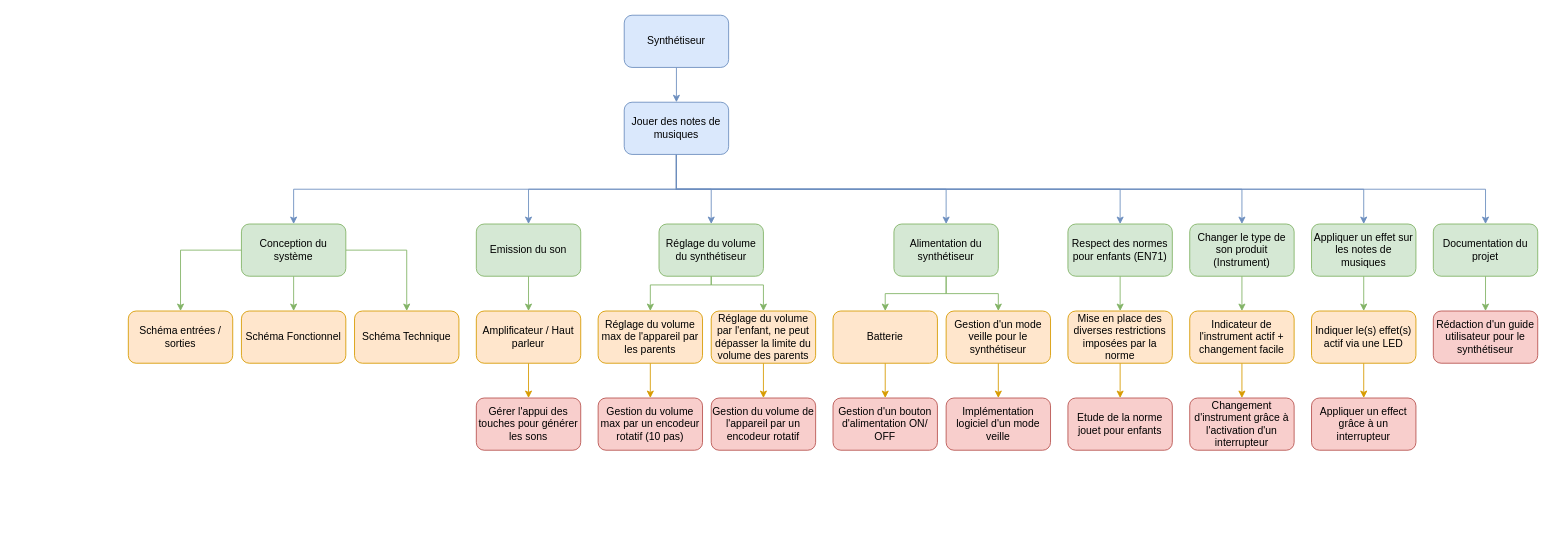
Earlier version of the draw.io diagram Schemas/WBS.drawio (Ithoh/ProjetSynthe). Source tidied: cells renumbered, new cells numbered last; positions are measured from the earlier drawing's top-left corner, leaving out a move shared by most shapes. Both pictures are drawn from the tidied source at 87%, with x=0, y=0 at pixel (128, 15).
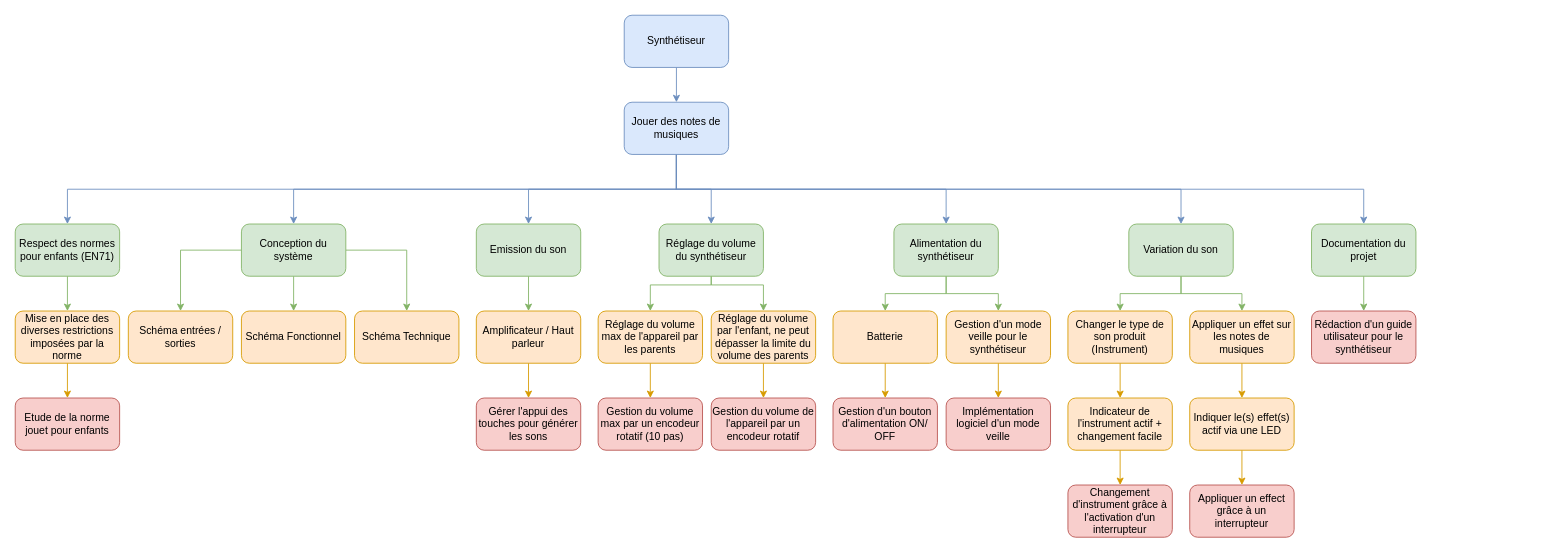
The same diagram, later.

The change refers to these unchanged cells:
```xml
<mxCell id="12" value="Jouer des notes de musiques" style="rounded=1;whiteSpace=wrap;html=1;fillColor=#dae8fc;strokeColor=#6c8ebf;" parent="1" vertex="1">
  <mxGeometry x="570" y="100" width="120" height="60" as="geometry" />
</mxCell>
```

What changed in the source:
```diff
@@
+    <mxCell id="11" style="edgeStyle=orthogonalEdgeStyle;rounded=0;jettySize=auto;html=1;entryX=0.5;entryY=0;entryDx=0;entryDy=0;fillColor=#dae8fc;strokeColor=#6c8ebf;" parent="1" edge="1" source="12" target="56">
+      <mxGeometry relative="1" as="geometry">
+        <Array as="points">
+          <mxPoint x="630" y="200" />
+          <mxPoint x="1420" y="200" />
+        </Array>
+      </mxGeometry>
+    </mxCell>
     <mxCell id="8" style="edgeStyle=orthogonalEdgeStyle;rounded=0;jettySize=auto;html=1;entryX=0.5;entryY=0;entryDx=0;entryDy=0;fillColor=#dae8fc;strokeColor=#6c8ebf;" parent="1" edge="1" source="12" target="41">
       <mxGeometry relative="1" as="geometry">
         <Array as="points">
           <mxPoint x="630" y="200" />
-          <mxPoint x="1140" y="200" />
+          <mxPoint x="-70" y="200" />
         </Array>
       </mxGeometry>
     </mxCell>
-    <mxCell id="9" style="edgeStyle=orthogonalEdgeStyle;rounded=0;jettySize=auto;html=1;entryX=0.5;entryY=0;entryDx=0;entryDy=0;fillColor=#dae8fc;strokeColor=#6c8ebf;" parent="1" edge="1" source="12" target="46">
-      <mxGeometry relative="1" as="geometry">
-        <Array as="points">
-          <mxPoint x="630" y="200" />
-          <mxPoint x="1280" y="200" />
-        </Array>
-      </mxGeometry>
-    </mxCell>
-    <mxCell id="10" style="edgeStyle=orthogonalEdgeStyle;rounded=0;jettySize=auto;html=1;entryX=0.5;entryY=0;entryDx=0;entryDy=0;fillColor=#dae8fc;strokeColor=#6c8ebf;" parent="1" edge="1" source="12" target="51">
-      <mxGeometry relative="1" as="geometry">
-        <Array as="points">
-          <mxPoint x="630" y="200" />
-          <mxPoint x="1420" y="200" />
-        </Array>
-      </mxGeometry>
-    </mxCell>
-    <mxCell id="11" style="edgeStyle=orthogonalEdgeStyle;rounded=0;jettySize=auto;html=1;entryX=0.5;entryY=0;entryDx=0;entryDy=0;fillColor=#dae8fc;strokeColor=#6c8ebf;" parent="1" edge="1" source="12" target="56">
-      <mxGeometry relative="1" as="geometry">
-        <Array as="points">
-          <mxPoint x="630" y="200" />
-          <mxPoint x="1560" y="200" />
-        </Array>
-      </mxGeometry>
-    </mxCell>
+    <mxCell id="61" style="edgeStyle=orthogonalEdgeStyle;rounded=0;jettySize=auto;html=1;entryX=0.5;entryY=0;entryDx=0;entryDy=0;fillColor=#dae8fc;strokeColor=#6c8ebf;" parent="1" edge="1" source="12" target="64">
+      <mxGeometry relative="1" as="geometry">
+        <Array as="points">
+          <mxPoint x="630" y="200" />
+          <mxPoint x="1210" y="200" />
+        </Array>
+      </mxGeometry>
+    </mxCell>
@@
     <mxCell id="41" value="Respect des normes pour enfants (EN71)" style="rounded=1;whiteSpace=wrap;html=1;fillColor=#d5e8d4;strokeColor=#82b366;" parent="1" vertex="1">
-      <mxGeometry x="1080" y="240" width="120" height="60" as="geometry" />
+      <mxGeometry x="-130" y="240" width="120" height="60" as="geometry" />
     </mxCell>
@@
     <mxCell id="43" value="Mise en place des diverses restrictions imposées par la norme" style="rounded=1;whiteSpace=wrap;html=1;fillColor=#ffe6cc;strokeColor=#d79b00;" parent="1" vertex="1">
-      <mxGeometry x="1080" y="340" width="120" height="60" as="geometry" />
+      <mxGeometry x="-130" y="340" width="120" height="60" as="geometry" />
     </mxCell>
     <mxCell id="44" value="Etude de la norme jouet pour enfants" style="rounded=1;whiteSpace=wrap;html=1;fillColor=#f8cecc;strokeColor=#b85450;" parent="1" vertex="1">
-      <mxGeometry x="1080" y="440" width="120" height="60" as="geometry" />
+      <mxGeometry x="-130" y="440" width="120" height="60" as="geometry" />
     </mxCell>
-    <mxCell id="45" style="edgeStyle=orthogonalEdgeStyle;rounded=0;jettySize=auto;html=1;entryX=0.5;entryY=0;entryDx=0;entryDy=0;fillColor=#d5e8d4;strokeColor=#82b366;" parent="1" edge="1" source="46" target="48">
+    <mxCell id="45" style="edgeStyle=orthogonalEdgeStyle;rounded=0;jettySize=auto;html=1;entryX=0.5;entryY=0;entryDx=0;entryDy=0;fillColor=#ffe6cc;strokeColor=#d79b00;" parent="1" edge="1" source="46" target="48">
       <mxGeometry relative="1" as="geometry" />
     </mxCell>
-    <mxCell id="46" value="Changer le type de son produit (Instrument)" style="rounded=1;whiteSpace=wrap;html=1;fillColor=#d5e8d4;strokeColor=#82b366;" parent="1" vertex="1">
-      <mxGeometry x="1220" y="240" width="120" height="60" as="geometry" />
+    <mxCell id="46" value="Changer le type de son produit (Instrument)" style="rounded=1;whiteSpace=wrap;html=1;fillColor=#ffe6cc;strokeColor=#d79b00;" parent="1" vertex="1">
+      <mxGeometry x="1080" y="340" width="120" height="60" as="geometry" />
     </mxCell>
@@
     <mxCell id="48" value="Indicateur de l'instrument actif + changement facile" style="rounded=1;whiteSpace=wrap;html=1;fillColor=#ffe6cc;strokeColor=#d79b00;" parent="1" vertex="1">
-      <mxGeometry x="1220" y="340" width="120" height="60" as="geometry" />
+      <mxGeometry x="1080" y="440" width="120" height="60" as="geometry" />
     </mxCell>
     <mxCell id="49" value="Changement d'instrument grâce à l'activation d'un interrupteur" style="rounded=1;whiteSpace=wrap;html=1;fillColor=#f8cecc;strokeColor=#b85450;" parent="1" vertex="1">
-      <mxGeometry x="1220" y="440" width="120" height="60" as="geometry" />
+      <mxGeometry x="1080" y="540" width="120" height="60" as="geometry" />
     </mxCell>
-    <mxCell id="50" style="edgeStyle=orthogonalEdgeStyle;rounded=0;jettySize=auto;html=1;entryX=0.5;entryY=0;entryDx=0;entryDy=0;fillColor=#d5e8d4;strokeColor=#82b366;" parent="1" edge="1" source="51" target="53">
+    <mxCell id="50" style="edgeStyle=orthogonalEdgeStyle;rounded=0;jettySize=auto;html=1;entryX=0.5;entryY=0;entryDx=0;entryDy=0;fillColor=#ffe6cc;strokeColor=#d79b00;" parent="1" edge="1" source="51" target="53">
       <mxGeometry relative="1" as="geometry" />
     </mxCell>
-    <mxCell id="51" value="Appliquer un effet sur les notes de musiques" style="rounded=1;whiteSpace=wrap;html=1;fillColor=#d5e8d4;strokeColor=#82b366;" parent="1" vertex="1">
-      <mxGeometry x="1360" y="240" width="120" height="60" as="geometry" />
+    <mxCell id="51" value="Appliquer un effet sur les notes de musiques" style="rounded=1;whiteSpace=wrap;html=1;fillColor=#ffe6cc;strokeColor=#d79b00;" parent="1" vertex="1">
+      <mxGeometry x="1220" y="340" width="120" height="60" as="geometry" />
     </mxCell>
@@
     <mxCell id="53" value="Indiquer le(s) effet(s) actif via une LED" style="rounded=1;whiteSpace=wrap;html=1;fillColor=#ffe6cc;strokeColor=#d79b00;" parent="1" vertex="1">
-      <mxGeometry x="1360" y="340" width="120" height="60" as="geometry" />
+      <mxGeometry x="1220" y="440" width="120" height="60" as="geometry" />
     </mxCell>
     <mxCell id="54" value="Appliquer un effect grâce à un interrupteur" style="rounded=1;whiteSpace=wrap;html=1;fillColor=#f8cecc;strokeColor=#b85450;" parent="1" vertex="1">
-      <mxGeometry x="1360" y="440" width="120" height="60" as="geometry" />
+      <mxGeometry x="1220" y="540" width="120" height="60" as="geometry" />
     </mxCell>
@@
     <mxCell id="56" value="Documentation du projet" style="rounded=1;whiteSpace=wrap;html=1;fillColor=#d5e8d4;strokeColor=#82b366;" parent="1" vertex="1">
-      <mxGeometry x="1500" y="240" width="120" height="60" as="geometry" />
+      <mxGeometry x="1360" y="240" width="120" height="60" as="geometry" />
     </mxCell>
     <mxCell id="57" value="Rédaction d'un guide utilisateur pour le synthétiseur" style="rounded=1;whiteSpace=wrap;html=1;fillColor=#f8cecc;strokeColor=#b85450;" parent="1" vertex="1">
-      <mxGeometry x="1500" y="340" width="120" height="60" as="geometry" />
+      <mxGeometry x="1360" y="340" width="120" height="60" as="geometry" />
     </mxCell>
@@
+    <mxCell id="62" style="edgeStyle=orthogonalEdgeStyle;rounded=0;jettySize=auto;html=1;entryX=0.5;entryY=0;entryDx=0;entryDy=0;fillColor=#d5e8d4;strokeColor=#82b366;" parent="1" edge="1" source="64" target="46">
+      <mxGeometry relative="1" as="geometry" />
+    </mxCell>
+    <mxCell id="63" style="edgeStyle=orthogonalEdgeStyle;rounded=0;jettySize=auto;html=1;entryX=0.5;entryY=0;entryDx=0;entryDy=0;fillColor=#d5e8d4;strokeColor=#82b366;" parent="1" edge="1" source="64" target="51">
+      <mxGeometry relative="1" as="geometry" />
+    </mxCell>
+    <mxCell id="64" value="Variation du son" style="rounded=1;whiteSpace=wrap;html=1;fillColor=#d5e8d4;strokeColor=#82b366;" parent="1" vertex="1">
+      <mxGeometry x="1150" y="240" width="120" height="60" as="geometry" />
+    </mxCell>
```
